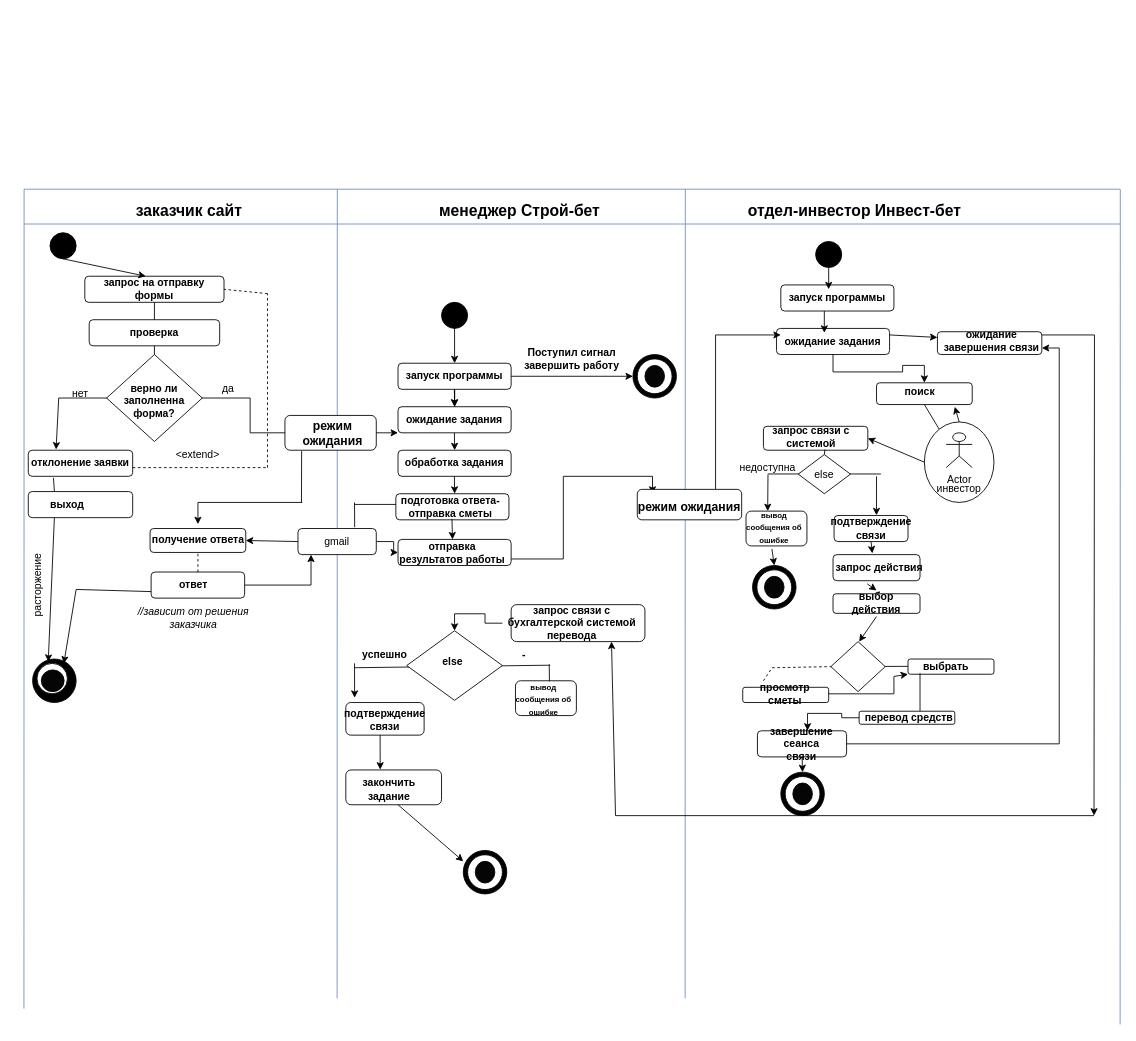
This is 5/Диаграмма без названия.drawio from daryarudz/22.09, a draw.io file, before an edit. Source tidied: cells renumbered, new cells numbered last; positions are measured from the earlier drawing's top-left corner, leaving out a move shared by most shapes. Both pictures are drawn from the tidied source at 87%, with x=0, y=0 at pixel (11, 189).
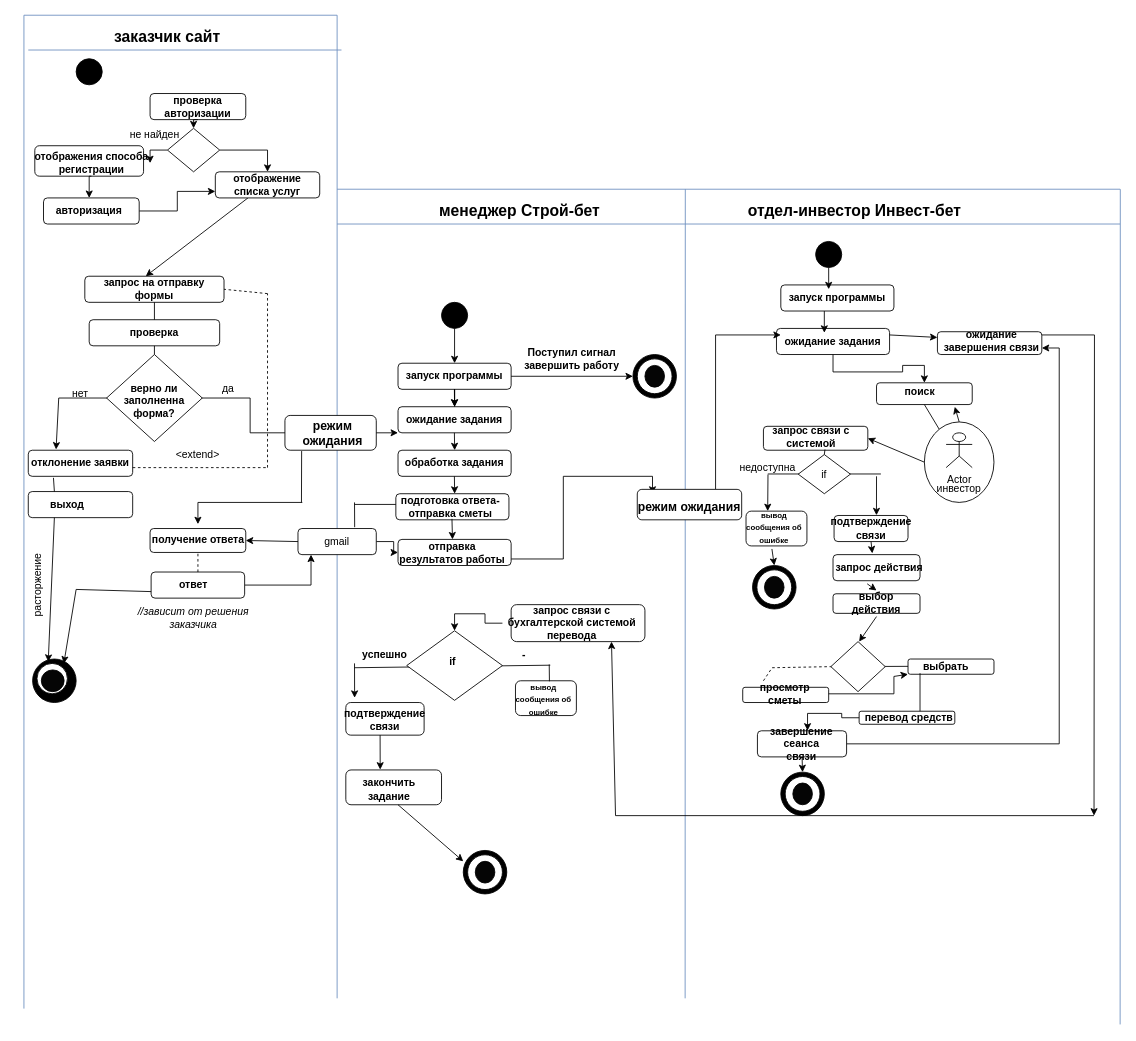
After the change.

Change to the diagram source:
```diff
@@
     <mxCell id="30" style="endArrow=none;html=1;rounded=0;fillColor=#dae8fc;strokeColor=#6c8ebf;" parent="1" edge="1">
       <mxGeometry relative="1" as="geometry">
-        <mxPoint x="14" as="sourcePoint" />
+        <mxPoint x="374" as="sourcePoint" />
         <mxPoint x="1274" as="targetPoint" />
       </mxGeometry>
     </mxCell>
     <mxCell id="31" style="endArrow=none;html=1;rounded=0;fillColor=#dae8fc;strokeColor=#6c8ebf;" parent="1" edge="1">
       <mxGeometry relative="1" as="geometry">
-        <mxPoint x="14" y="40" as="sourcePoint" />
+        <mxPoint x="374" y="40" as="sourcePoint" />
         <mxPoint x="1274" y="40" as="targetPoint" />
       </mxGeometry>
     </mxCell>
     <mxCell id="32" style="endArrow=none;html=1;rounded=0;fillColor=#dae8fc;strokeColor=#6c8ebf;" parent="1" edge="1">
       <mxGeometry relative="1" as="geometry">
         <mxPoint x="374" y="930" as="sourcePoint" />
-        <mxPoint x="374.2" as="targetPoint" />
+        <mxPoint x="374" y="-200" as="targetPoint" />
       </mxGeometry>
     </mxCell>
@@
     <mxCell id="34" style="endArrow=none;html=1;rounded=0;fillColor=#dae8fc;strokeColor=#6c8ebf;" parent="1" edge="1">
       <mxGeometry relative="1" as="geometry">
         <mxPoint x="14" y="941.8" as="sourcePoint" />
-        <mxPoint x="14.2" as="targetPoint" />
+        <mxPoint x="14" y="-200" as="targetPoint" />
       </mxGeometry>
     </mxCell>
@@
     <mxCell id="36" value="&lt;b&gt;&lt;font style=&quot;font-size: 18px;&quot;&gt;заказчик сайт&lt;/font&gt;&lt;/b&gt;" style="text;strokeColor=none;align=center;fillColor=none;html=1;verticalAlign=middle;whiteSpace=wrap;rounded=0;" parent="1" vertex="1">
-      <mxGeometry x="134" y="10" width="140" height="30" as="geometry" />
+      <mxGeometry x="109" y="-190" width="140" height="30" as="geometry" />
     </mxCell>
@@
     <mxCell id="39" style="ellipse;whiteSpace=wrap;html=1;fillColor=#000000;" parent="1" vertex="1">
-      <mxGeometry x="44" y="50" width="30" height="30" as="geometry" />
+      <mxGeometry x="74" y="-150" width="30" height="30" as="geometry" />
     </mxCell>
@@
-    <mxCell id="53" style="endArrow=classic;html=1;rounded=0;exitX=0.5;exitY=1;exitDx=0;exitDy=0;" parent="1" edge="1" source="39">
+    <mxCell id="53" style="endArrow=classic;html=1;rounded=0;exitX=0.25;exitY=1;exitDx=0;exitDy=0;" parent="1" edge="1" source="188">
       <mxGeometry relative="1" as="geometry">
         <mxPoint x="154" y="100" as="targetPoint" />
       </mxGeometry>
     </mxCell>
@@
-    <mxCell id="112" value="else" style="text;strokeColor=none;align=center;fillColor=none;html=1;verticalAlign=middle;whiteSpace=wrap;rounded=0;" parent="1" vertex="1">
+    <mxCell id="112" value="if" style="text;strokeColor=none;align=center;fillColor=none;html=1;verticalAlign=middle;whiteSpace=wrap;rounded=0;" parent="1" vertex="1">
       <mxGeometry x="904" y="312.5" width="60" height="30" as="geometry" />
     </mxCell>
@@
-    <mxCell id="160" value="&lt;b&gt;else&lt;/b&gt;" style="text;strokeColor=none;align=center;fillColor=none;html=1;verticalAlign=middle;whiteSpace=wrap;rounded=0;" parent="1" vertex="1">
+    <mxCell id="160" value="&lt;b&gt;if&lt;/b&gt;" style="text;strokeColor=none;align=center;fillColor=none;html=1;verticalAlign=middle;whiteSpace=wrap;rounded=0;" parent="1" vertex="1">
       <mxGeometry x="476.5" y="527.5" width="60" height="30" as="geometry" />
     </mxCell>
@@
+    <mxCell id="176" style="endArrow=none;html=1;rounded=0;fillColor=#dae8fc;strokeColor=#6c8ebf;" parent="1" edge="1">
+      <mxGeometry relative="1" as="geometry">
+        <mxPoint x="14" y="-200" as="sourcePoint" />
+        <mxPoint x="374" y="-200" as="targetPoint" />
+      </mxGeometry>
+    </mxCell>
+    <mxCell id="177" style="endArrow=none;html=1;rounded=0;fillColor=#dae8fc;strokeColor=#6c8ebf;" parent="1" edge="1">
+      <mxGeometry relative="1" as="geometry">
+        <mxPoint x="19" y="-160" as="sourcePoint" />
+        <mxPoint x="379" y="-160" as="targetPoint" />
+      </mxGeometry>
+    </mxCell>
+    <mxCell id="178" style="rounded=1;whiteSpace=wrap;html=1;" parent="1" vertex="1">
+      <mxGeometry x="159" y="-110" width="110" height="30" as="geometry" />
+    </mxCell>
+    <mxCell id="179" style="edgeStyle=orthogonalEdgeStyle;rounded=0;jettySize=auto;html=1;exitX=0.5;exitY=1;exitDx=0;exitDy=0;entryX=0.5;entryY=0;entryDx=0;entryDy=0;" parent="1" edge="1" source="180" target="183">
+      <mxGeometry relative="1" as="geometry" />
+    </mxCell>
+    <mxCell id="180" value="&lt;b&gt;проверка авторизации&lt;/b&gt;" style="text;strokeColor=none;align=center;fillColor=none;html=1;verticalAlign=middle;whiteSpace=wrap;rounded=0;" parent="1" vertex="1">
+      <mxGeometry x="184" y="-110" width="60" height="30" as="geometry" />
+    </mxCell>
+    <mxCell id="181" style="edgeStyle=orthogonalEdgeStyle;rounded=0;jettySize=auto;html=1;exitX=0;exitY=0.5;exitDx=0;exitDy=0;" parent="1" edge="1" source="183" target="186">
+      <mxGeometry relative="1" as="geometry" />
+    </mxCell>
+    <mxCell id="182" style="edgeStyle=orthogonalEdgeStyle;rounded=0;jettySize=auto;html=1;exitX=1;exitY=0.5;exitDx=0;exitDy=0;entryX=0.5;entryY=0;entryDx=0;entryDy=0;" parent="1" edge="1" source="183" target="188">
+      <mxGeometry relative="1" as="geometry" />
+    </mxCell>
+    <mxCell id="183" style="rhombus;whiteSpace=wrap;html=1;" parent="1" vertex="1">
+      <mxGeometry x="179" y="-70" width="60" height="50" as="geometry" />
+    </mxCell>
+    <mxCell id="184" style="rounded=1;whiteSpace=wrap;html=1;" parent="1" vertex="1">
+      <mxGeometry x="26.5" y="-50" width="125" height="35" as="geometry" />
+    </mxCell>
+    <mxCell id="185" style="edgeStyle=orthogonalEdgeStyle;rounded=0;jettySize=auto;html=1;exitX=0.5;exitY=1;exitDx=0;exitDy=0;entryX=0.5;entryY=0;entryDx=0;entryDy=0;" parent="1" edge="1" source="186" target="191">
+      <mxGeometry relative="1" as="geometry" />
+    </mxCell>
+    <mxCell id="186" value="&lt;b&gt;отображения способа регистрации&lt;/b&gt;" style="text;strokeColor=none;align=center;fillColor=none;html=1;verticalAlign=middle;whiteSpace=wrap;rounded=0;" parent="1" vertex="1">
+      <mxGeometry x="22.8" y="-45" width="137.5" height="30" as="geometry" />
+    </mxCell>
+    <mxCell id="187" style="rounded=1;whiteSpace=wrap;html=1;" parent="1" vertex="1">
+      <mxGeometry x="234" y="-20" width="120" height="30" as="geometry" />
+    </mxCell>
+    <mxCell id="188" value="&lt;b&gt;отображение списка услуг&lt;/b&gt;" style="text;strokeColor=none;align=center;fillColor=none;html=1;verticalAlign=middle;whiteSpace=wrap;rounded=0;" parent="1" vertex="1">
+      <mxGeometry x="249" y="-20" width="90" height="30" as="geometry" />
+    </mxCell>
+    <mxCell id="189" style="edgeStyle=orthogonalEdgeStyle;rounded=0;jettySize=auto;html=1;exitX=1;exitY=0.5;exitDx=0;exitDy=0;entryX=0;entryY=0.75;entryDx=0;entryDy=0;" parent="1" edge="1" source="190" target="187">
+      <mxGeometry relative="1" as="geometry" />
+    </mxCell>
+    <mxCell id="190" style="rounded=1;whiteSpace=wrap;html=1;" parent="1" vertex="1">
+      <mxGeometry x="36.5" y="10" width="110" height="30" as="geometry" />
+    </mxCell>
+    <mxCell id="191" value="&lt;b&gt;авторизация&lt;/b&gt;" style="text;strokeColor=none;align=center;fillColor=none;html=1;verticalAlign=middle;whiteSpace=wrap;rounded=0;" parent="1" vertex="1">
+      <mxGeometry x="59" y="10" width="60" height="30" as="geometry" />
+    </mxCell>
+    <mxCell id="192" value="не найден" style="text;strokeColor=none;align=center;fillColor=none;html=1;verticalAlign=middle;whiteSpace=wrap;rounded=0;" parent="1" vertex="1">
+      <mxGeometry x="132.8" y="-75" width="62.5" height="25" as="geometry" />
+    </mxCell>
```
